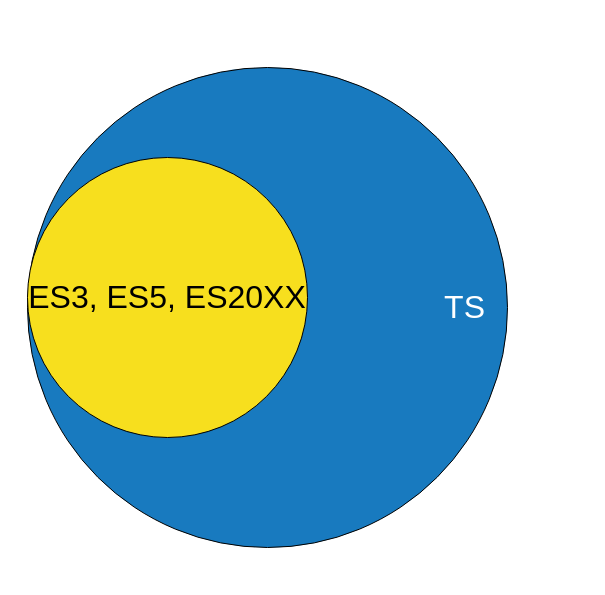
This is page "JS / ES / TS" (1 of 3) of TypeScript.drawio from gjungb/Zeichnungen, a draw.io file, before an edit. Source tidied: cells renumbered, new cells numbered last; positions are measured from the earlier drawing's top-left corner, leaving out a move shared by most shapes. Both pictures are drawn from the tidied source at 100%, with x=0, y=0 at pixel (27, 67).
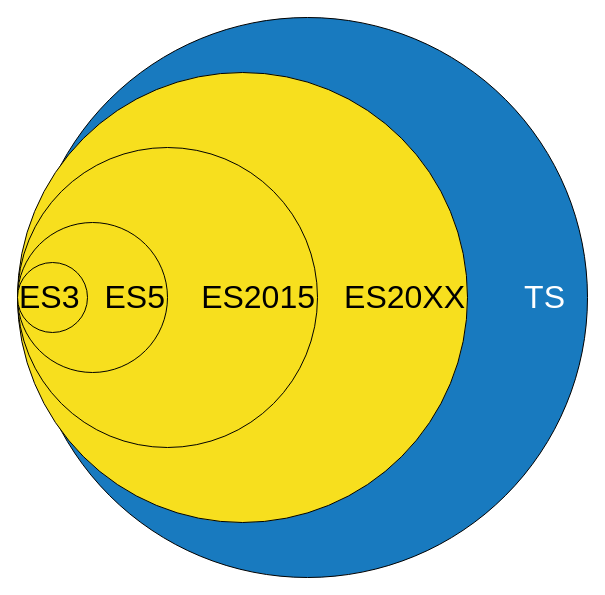
The same page after the edit.

Diff of the diagram source:
```diff
@@
 <mxGraphModel>
   <root>
     <mxCell id="0" />
     <mxCell id="1" parent="0" />
     <mxCell id="2" value="TS" style="ellipse;whiteSpace=wrap;html=1;fillColor=#187abf;fontSize=32;fontColor=#FFFFFF;align=right;fontFamily=Fira Code;spacingRight=20;" parent="1" vertex="1">
-      <mxGeometry width="480" height="480" as="geometry" />
+      <mxGeometry y="-50" width="560" height="560" as="geometry" />
     </mxCell>
+    <mxCell id="4" value="ES20XX" style="ellipse;whiteSpace=wrap;html=1;fillColor=#f7df1e;fontSize=32;fontFamily=Fira Code;align=right;" parent="1" vertex="1">
+      <mxGeometry x="-10" y="5" width="450" height="450" as="geometry" />
+    </mxCell>
+    <mxCell id="5" value="ES2015" style="ellipse;whiteSpace=wrap;html=1;fillColor=#f7df1e;fontSize=32;fontFamily=Fira Code;align=right;" parent="1" vertex="1">
+      <mxGeometry x="-10" y="80" width="300" height="300" as="geometry" />
+    </mxCell>
+    <mxCell id="6" value="ES5" style="ellipse;whiteSpace=wrap;html=1;fillColor=#f7df1e;fontSize=32;fontFamily=Fira Code;align=right;" parent="1" vertex="1">
+      <mxGeometry x="-10" y="155" width="150" height="150" as="geometry" />
+    </mxCell>
-    <mxCell id="3" value="ES3, ES5, ES20XX" style="ellipse;whiteSpace=wrap;html=1;fillColor=#f7df1e;fontSize=32;fontFamily=Fira Code;" parent="1" vertex="1">
-      <mxGeometry y="90" width="280" height="280" as="geometry" />
+    <mxCell id="3" value="ES3" style="ellipse;whiteSpace=wrap;html=1;fillColor=#f7df1e;fontSize=32;fontFamily=Fira Code;align=left;" parent="1" vertex="1">
+      <mxGeometry x="-10" y="195" width="70" height="70" as="geometry" />
     </mxCell>
   </root>
 </mxGraphModel>
```
